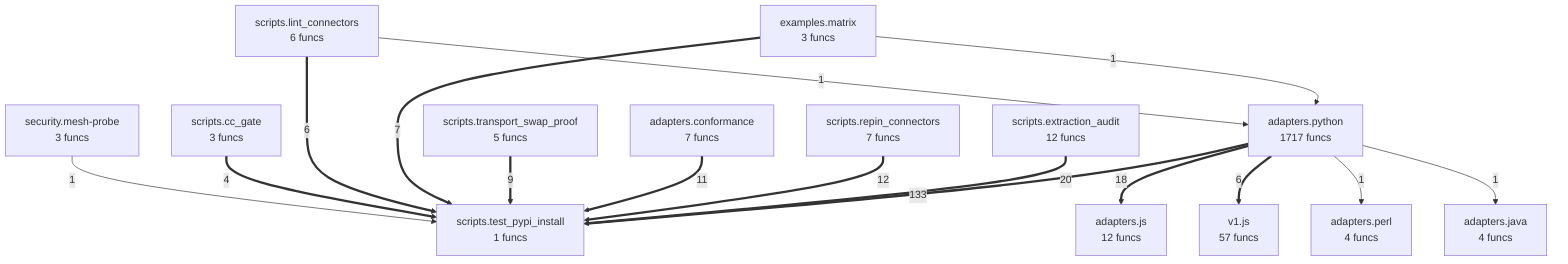
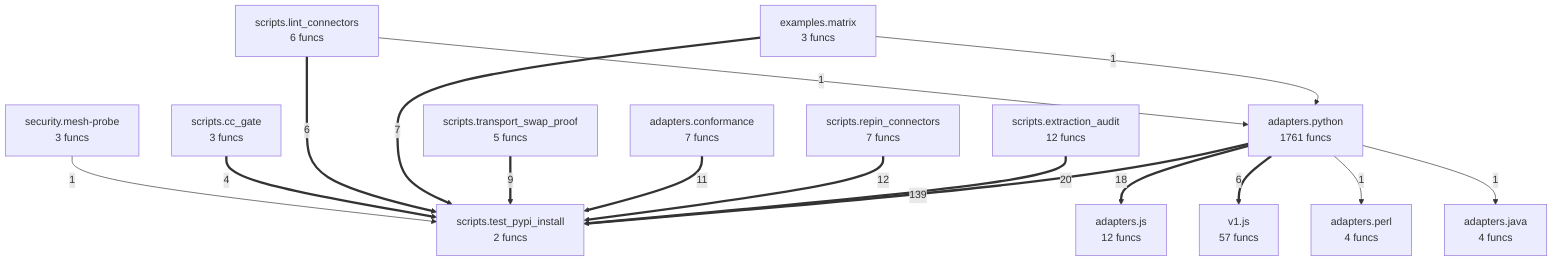
flowchart TD
%% generated in 0.04s
    adapters__conformance["adapters.conformance<br/>7 funcs"]
    adapters__java["adapters.java<br/>4 funcs"]
    adapters__js["adapters.js<br/>12 funcs"]
    adapters__perl["adapters.perl<br/>4 funcs"]
-     adapters__python["adapters.python<br/>1717 funcs"]
+     adapters__python["adapters.python<br/>1761 funcs"]
    examples__matrix["examples.matrix<br/>3 funcs"]
    scripts__cc_gate["scripts.cc_gate<br/>3 funcs"]
    scripts__extraction_audit["scripts.extraction_audit<br/>12 funcs"]
    scripts__lint_connectors["scripts.lint_connectors<br/>6 funcs"]
    scripts__repin_connectors["scripts.repin_connectors<br/>7 funcs"]
-     scripts__test_pypi_install["scripts.test_pypi_install<br/>1 funcs"]
+     scripts__test_pypi_install["scripts.test_pypi_install<br/>2 funcs"]
    scripts__transport_swap_proof["scripts.transport_swap_proof<br/>5 funcs"]
    security__mesh_probe["security.mesh-probe<br/>3 funcs"]
    v1__js["v1.js<br/>57 funcs"]
-     adapters__python ==>|133| scripts__test_pypi_install
+     adapters__python ==>|139| scripts__test_pypi_install
    scripts__extraction_audit ==>|20| scripts__test_pypi_install
    adapters__python ==>|18| adapters__js
    scripts__repin_connectors ==>|12| scripts__test_pypi_install
    adapters__conformance ==>|11| scripts__test_pypi_install
    scripts__transport_swap_proof ==>|9| scripts__test_pypi_install
    examples__matrix ==>|7| scripts__test_pypi_install
    scripts__lint_connectors ==>|6| scripts__test_pypi_install
    adapters__python ==>|6| v1__js
    scripts__cc_gate ==>|4| scripts__test_pypi_install
    security__mesh_probe -->|1| scripts__test_pypi_install
    examples__matrix -->|1| adapters__python
    scripts__lint_connectors -->|1| adapters__python
    adapters__python -->|1| adapters__perl
    adapters__python -->|1| adapters__java
